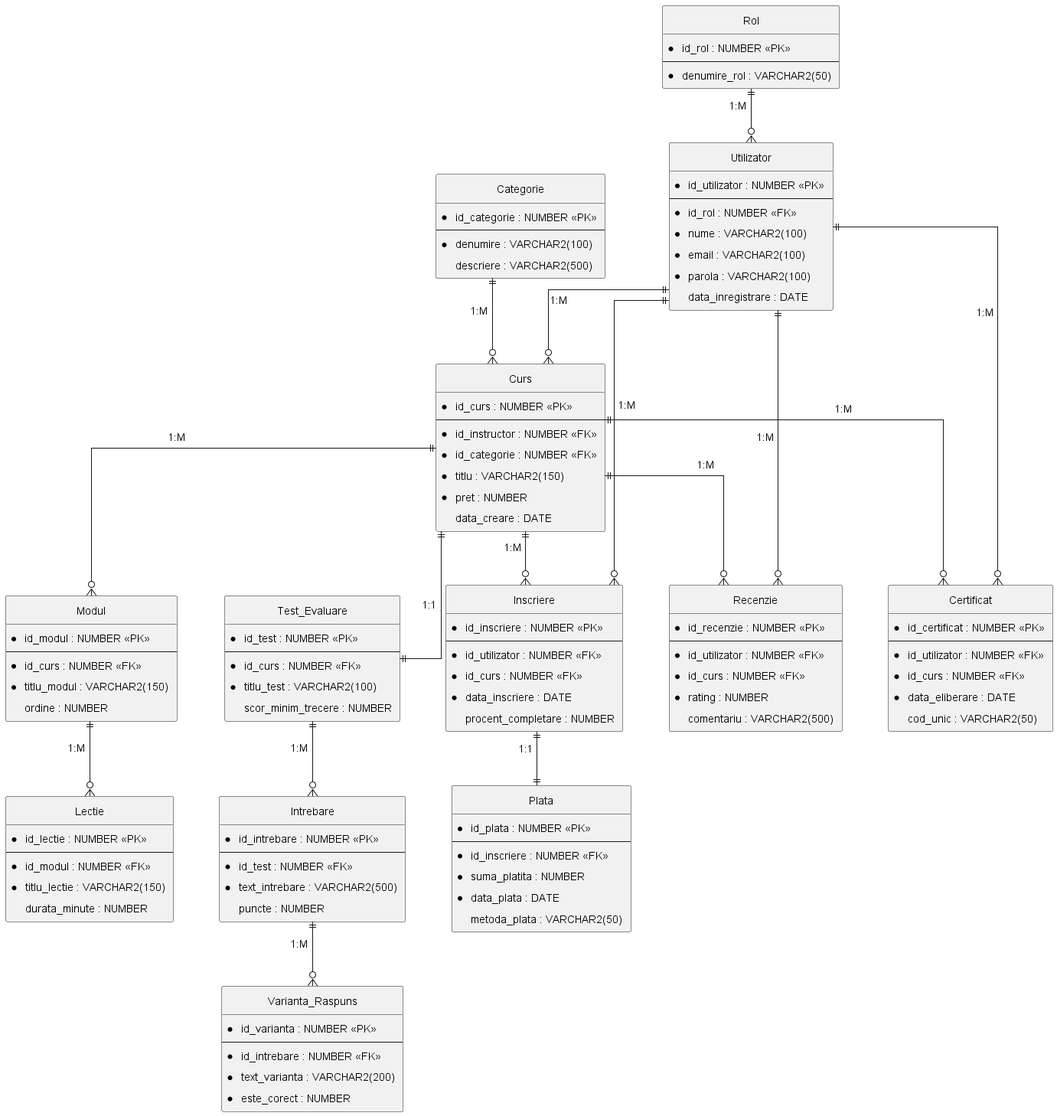
Earlier version of the PlantUML export out/diagrama_conceptuala/diagrama_conceptuala.png (Teooo28/e-learning-database-sql). Source of this version:
```plantuml
@startuml diagrama_conceptuala
hide circle
skinparam linetype ortho
skinparam nodesep 60
skinparam ranksep 70
skinparam padding 5

entity "Rol" {
  * id_rol : NUMBER <<PK>>
  --
  * denumire_rol : VARCHAR2(50)
}

entity "Utilizator" {
  * id_utilizator : NUMBER <<PK>>
  --
  * id_rol : NUMBER <<FK>>
  * nume : VARCHAR2(100)
  * email : VARCHAR2(100)
  * parola : VARCHAR2(100)
  data_inregistrare : DATE
}

entity "Categorie" {
  * id_categorie : NUMBER <<PK>>
  --
  * denumire : VARCHAR2(100)
  descriere : VARCHAR2(500)
}

entity "Curs" {
  * id_curs : NUMBER <<PK>>
  --
  * id_instructor : NUMBER <<FK>>
  * id_categorie : NUMBER <<FK>>
  * titlu : VARCHAR2(150)
  * pret : NUMBER
  data_creare : DATE
}

entity "Modul" {
  * id_modul : NUMBER <<PK>>
  --
  * id_curs : NUMBER <<FK>>
  * titlu_modul : VARCHAR2(150)
  ordine : NUMBER
}

entity "Lectie" {
  * id_lectie : NUMBER <<PK>>
  --
  * id_modul : NUMBER <<FK>>
  * titlu_lectie : VARCHAR2(150)
  durata_minute : NUMBER
}

entity "Inscriere" {
  * id_inscriere : NUMBER <<PK>>
  --
  * id_utilizator : NUMBER <<FK>>
  * id_curs : NUMBER <<FK>>
  * data_inscriere : DATE
  procent_completare : NUMBER
}

entity "Plata" {
  * id_plata : NUMBER <<PK>>
  --
  * id_inscriere : NUMBER <<FK>>
  * suma_platita : NUMBER
  * data_plata : DATE
  metoda_plata : VARCHAR2(50)
}

entity "Recenzie" {
  * id_recenzie : NUMBER <<PK>>
  --
  * id_utilizator : NUMBER <<FK>>
  * id_curs : NUMBER <<FK>>
  * rating : NUMBER
  comentariu : VARCHAR2(500)
}

entity "Test_Evaluare" {
  * id_test : NUMBER <<PK>>
  --
  * id_curs : NUMBER <<FK>>
  * titlu_test : VARCHAR2(100)
  scor_minim_trecere : NUMBER
}

entity "Intrebare" {
  * id_intrebare : NUMBER <<PK>>
  --
  * id_test : NUMBER <<FK>>
  * text_intrebare : VARCHAR2(500)
  puncte : NUMBER
}

entity "Varianta_Raspuns" {
  * id_varianta : NUMBER <<PK>>
  --
  * id_intrebare : NUMBER <<FK>>
  * text_varianta : VARCHAR2(200)
  * este_corect : NUMBER
}

entity "Certificat" {
  * id_certificat : NUMBER <<PK>>
  --
  * id_utilizator : NUMBER <<FK>>
  * id_curs : NUMBER <<FK>>
  * data_eliberare : DATE
  cod_unic : VARCHAR2(50)
}

Rol ||--o{ Utilizator : "1:M"
Utilizator ||--o{ Curs : "1:M"
Categorie ||--o{ Curs : "1:M"

Curs ||--o{ Modul : "1:M"
Modul ||--o{ Lectie : "1:M"

Utilizator ||--o{ Inscriere : "1:M"
Curs ||--o{ Inscriere : "1:M"
Inscriere ||--|| Plata : "1:1"

Utilizator ||--o{ Recenzie : "1:M"
Curs ||--o{ Recenzie : "1:M"

Curs ||--|| Test_Evaluare : "1:1"
Test_Evaluare ||--o{ Intrebare : "1:M"
Intrebare ||--o{ Varianta_Raspuns : "1:M"

Utilizator ||--o{ Certificat : "1:M"
Curs ||--o{ Certificat : "1:M"

@enduml
```
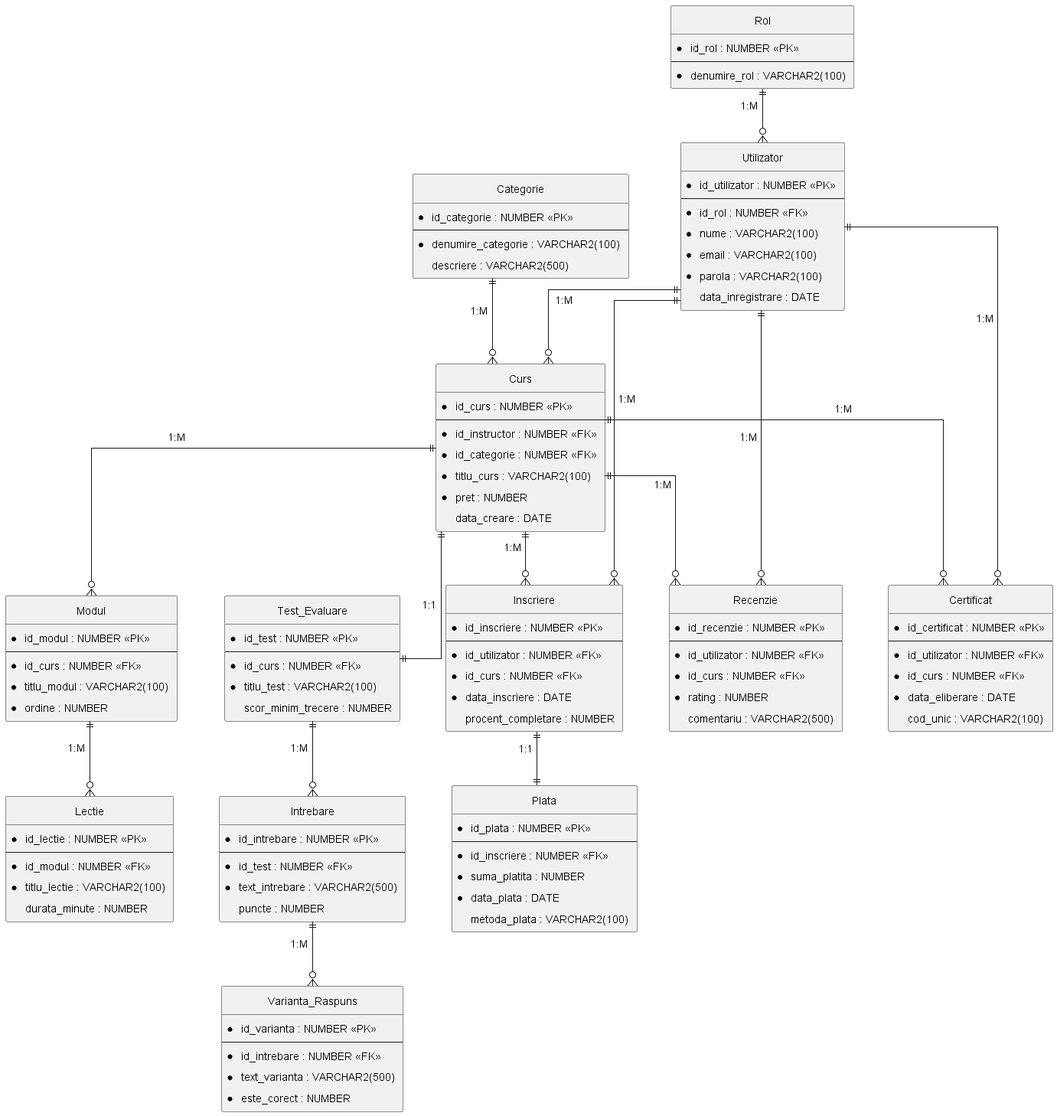
Above is the later version.

Commit message:
Actualizare diagrama ERD

What changed in the source:
```diff
@@ -8,7 +8,7 @@
 entity "Rol" {
   * id_rol : NUMBER <<PK>>
   --
-  * denumire_rol : VARCHAR2(50)
+  * denumire_rol : VARCHAR2(100)
 }
 
 entity "Utilizator" {
@@ -24,7 +24,7 @@
 entity "Categorie" {
   * id_categorie : NUMBER <<PK>>
   --
-  * denumire : VARCHAR2(100)
+  * denumire_categorie : VARCHAR2(100)
   descriere : VARCHAR2(500)
 }
 
@@ -33,7 +33,7 @@
   --
   * id_instructor : NUMBER <<FK>>
   * id_categorie : NUMBER <<FK>>
-  * titlu : VARCHAR2(150)
+  * titlu_curs : VARCHAR2(100)
   * pret : NUMBER
   data_creare : DATE
 }
@@ -42,15 +42,15 @@
   * id_modul : NUMBER <<PK>>
   --
   * id_curs : NUMBER <<FK>>
-  * titlu_modul : VARCHAR2(150)
-  ordine : NUMBER
+  * titlu_modul : VARCHAR2(100)
+  * ordine : NUMBER
 }
 
 entity "Lectie" {
   * id_lectie : NUMBER <<PK>>
   --
   * id_modul : NUMBER <<FK>>
-  * titlu_lectie : VARCHAR2(150)
+  * titlu_lectie : VARCHAR2(100)
   durata_minute : NUMBER
 }
 
@@ -69,7 +69,7 @@
   * id_inscriere : NUMBER <<FK>>
   * suma_platita : NUMBER
   * data_plata : DATE
-  metoda_plata : VARCHAR2(50)
+  metoda_plata : VARCHAR2(100)
 }
 
 entity "Recenzie" {
@@ -101,7 +101,7 @@
   * id_varianta : NUMBER <<PK>>
   --
   * id_intrebare : NUMBER <<FK>>
-  * text_varianta : VARCHAR2(200)
+  * text_varianta : VARCHAR2(500)
   * este_corect : NUMBER
 }
 
@@ -111,7 +111,7 @@
   * id_utilizator : NUMBER <<FK>>
   * id_curs : NUMBER <<FK>>
   * data_eliberare : DATE
-  cod_unic : VARCHAR2(50)
+  cod_unic : VARCHAR2(100)
 }
 
 Rol ||--o{ Utilizator : "1:M"
```
